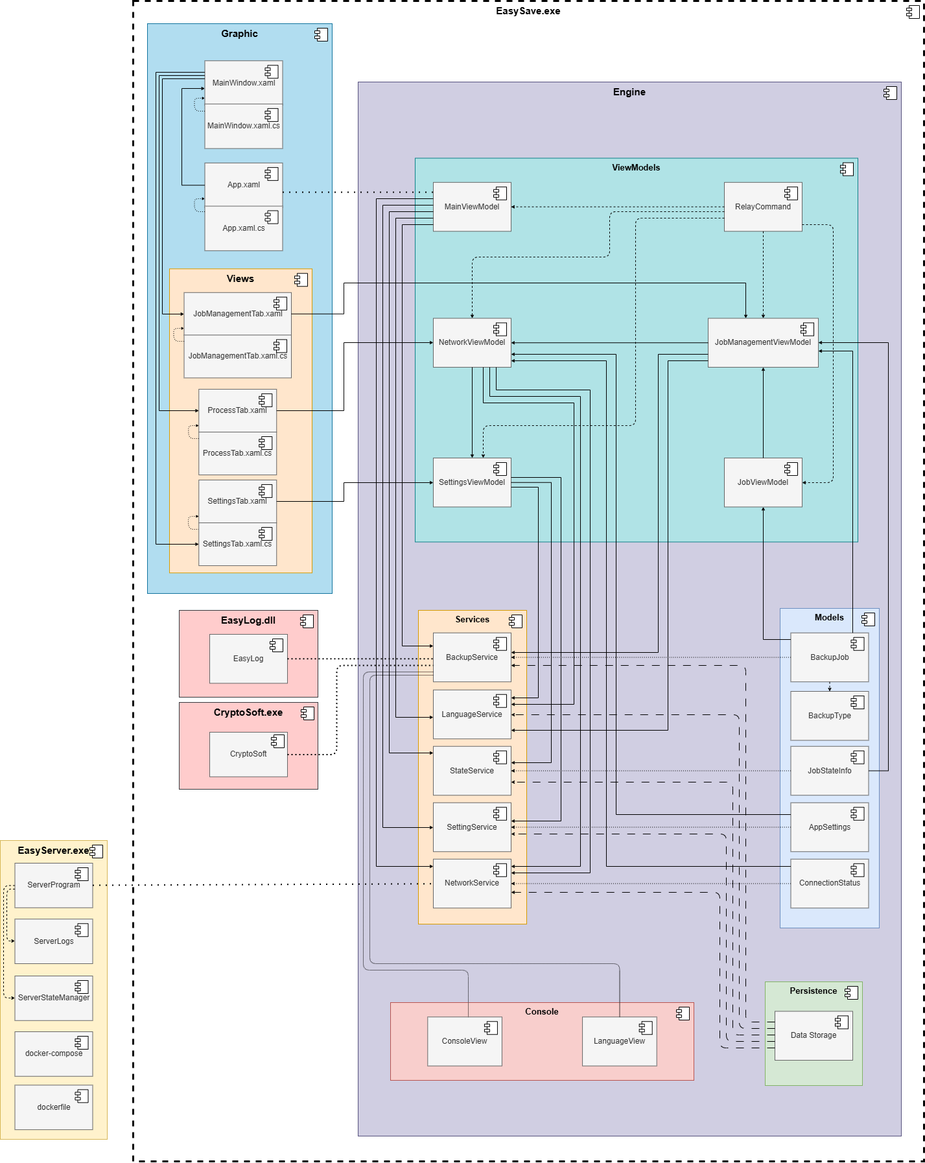
Before: Diagrams/Component.drawio.png, a diagram exported from draw.io (Fire-90/CESI_Genie_Logiciel). Source tidied: cells renumbered, new cells last; positions are measured from the earlier drawing's top-left corner, leaving out a move shared by most shapes.
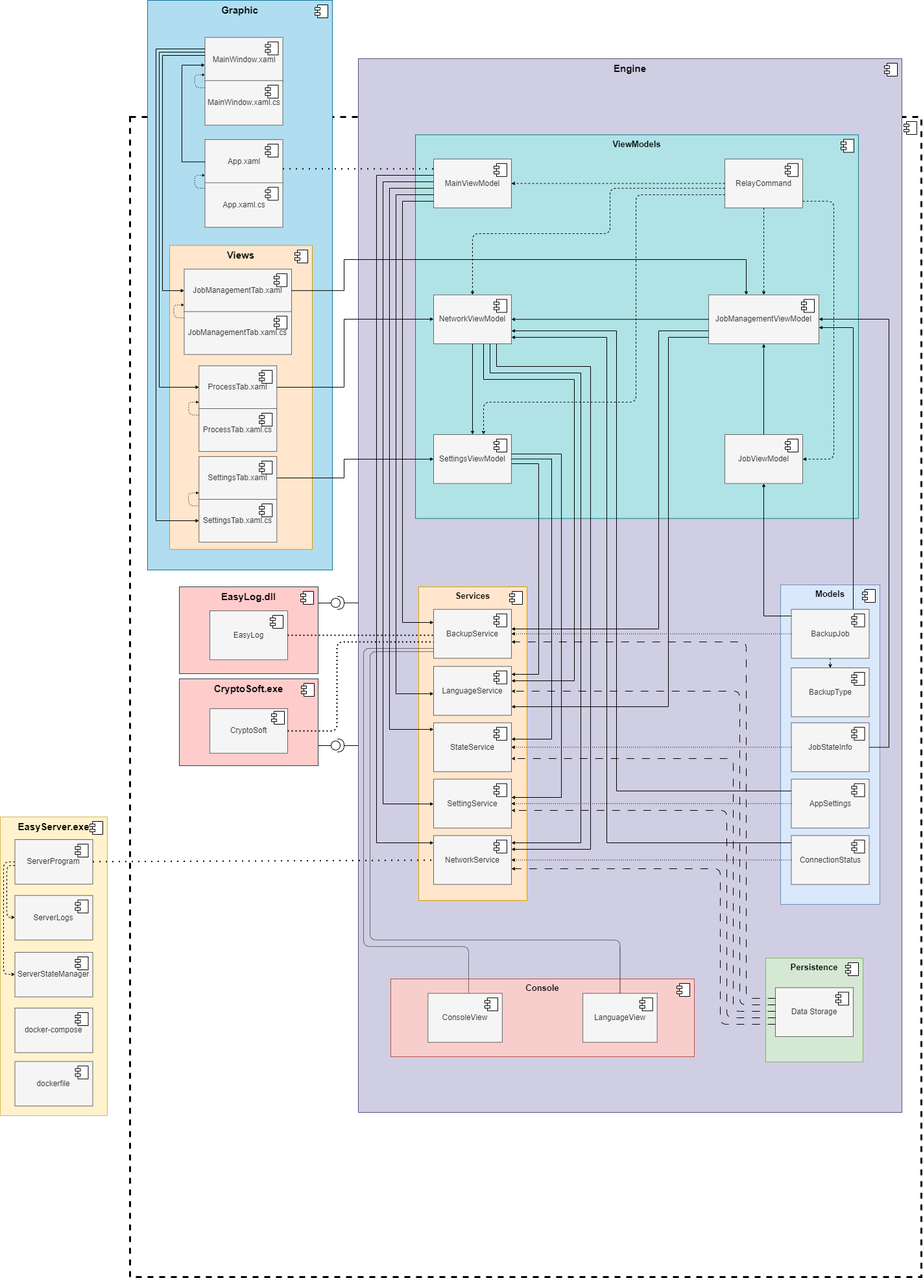
Later version of the same file.

Change to the diagram source:
```diff
@@ -3,7 +3,7 @@
     <mxCell id="0" />
     <mxCell id="1" parent="0" />
     <mxCell id="2" value="&lt;b&gt;&lt;font style=&quot;font-size: 15px;&quot;&gt;EasySave.exe&lt;/font&gt;&lt;/b&gt;" style="html=1;whiteSpace=wrap;fillColor=none;verticalAlign=top;strokeColor=#000000;dashed=1;strokeWidth=3;" parent="1" vertex="1">
-      <mxGeometry x="205" width="1220" height="1790" as="geometry" />
+      <mxGeometry x="200" y="215" width="1220" height="1790" as="geometry" />
     </mxCell>
     <mxCell id="3" style="shape=module;jettyWidth=8;jettyHeight=4;" parent="2" vertex="1">
       <mxGeometry x="1" width="20" height="20" relative="1" as="geometry">
@@ -819,5 +819,45 @@
         </Array>
       </mxGeometry>
     </mxCell>
+    <mxCell id="164" style="edgeStyle=orthogonalEdgeStyle;rounded=0;jettySize=auto;html=1;verticalAlign=bottom;endArrow=none;endFill=0;" parent="1" edge="1" source="166" target="7">
+      <mxGeometry relative="1" as="geometry">
+        <Array as="points">
+          <mxPoint x="520" y="965" />
+          <mxPoint x="520" y="965" />
+        </Array>
+      </mxGeometry>
+    </mxCell>
+    <mxCell id="165" style="edgeStyle=orthogonalEdgeStyle;rounded=0;jettySize=auto;html=1;endArrow=none;endFill=0;" parent="1" edge="1" source="55" target="166">
+      <mxGeometry relative="1" as="geometry">
+        <Array as="points">
+          <mxPoint x="500" y="965" />
+          <mxPoint x="500" y="965" />
+        </Array>
+      </mxGeometry>
+    </mxCell>
+    <mxCell id="166" style="shape=providedRequiredInterface;html=1;verticalLabelPosition=bottom;sketch=0;" parent="1" vertex="1">
+      <mxGeometry x="510" y="954.8" width="20" height="20" as="geometry" />
+    </mxCell>
+    <mxCell id="167" style="edgeStyle=orthogonalEdgeStyle;rounded=0;jettySize=auto;html=1;verticalAlign=bottom;endArrow=none;endFill=0;" parent="1" edge="1" source="169">
+      <mxGeometry relative="1" as="geometry">
+        <mxPoint x="552" y="1185" as="targetPoint" />
+        <Array as="points">
+          <mxPoint x="520" y="1185" />
+          <mxPoint x="520" y="1185" />
+        </Array>
+      </mxGeometry>
+    </mxCell>
+    <mxCell id="168" style="edgeStyle=orthogonalEdgeStyle;rounded=0;jettySize=auto;html=1;endArrow=none;endFill=0;" parent="1" edge="1" target="169">
+      <mxGeometry relative="1" as="geometry">
+        <mxPoint x="490" y="1185" as="sourcePoint" />
+        <Array as="points">
+          <mxPoint x="500" y="1185" />
+          <mxPoint x="500" y="1185" />
+        </Array>
+      </mxGeometry>
+    </mxCell>
+    <mxCell id="169" style="shape=providedRequiredInterface;html=1;verticalLabelPosition=bottom;sketch=0;" parent="1" vertex="1">
+      <mxGeometry x="510" y="1174.8" width="20" height="20" as="geometry" />
+    </mxCell>
   </root>
 </mxGraphModel>
```
